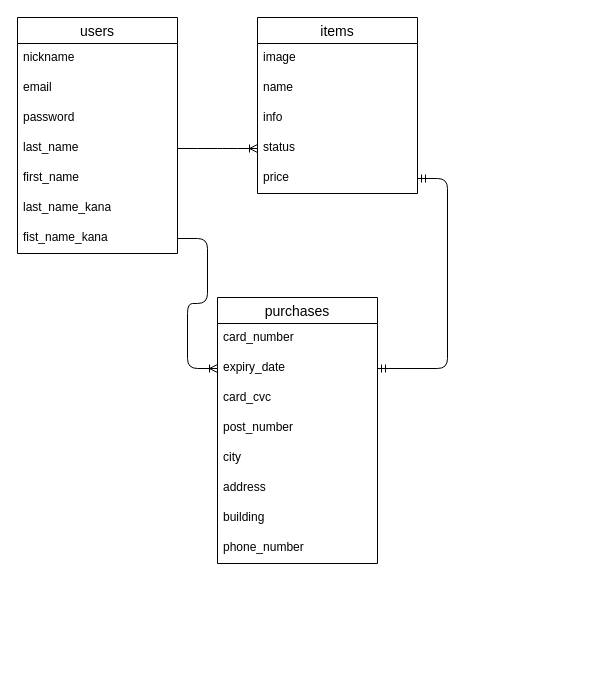
The draw.io diagram er.dio in chimg622/furima-47556, before the edit. Source tidied: cells renumbered, new cells numbered last; positions are measured from the earlier drawing's top-left corner, leaving out a move shared by most shapes. Both pictures are drawn from the tidied source at 100%, with x=0, y=0 at pixel (-69, 17).
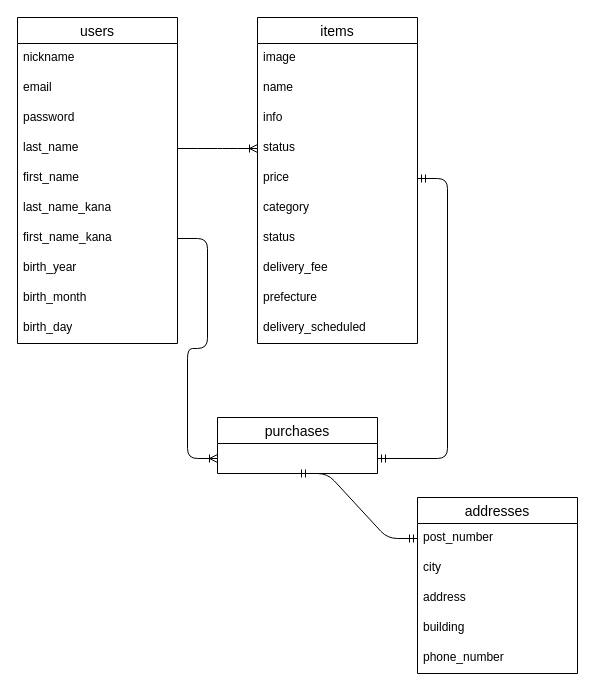
The same page after the edit.

Commit message (it also covers changes not shown here):
ER図、READMEの修正

Unchanged cells that the change refers to:
```xml
<mxCell id="6" value="last_name" style="text;strokeColor=none;fillColor=none;spacingLeft=4;spacingRight=4;overflow=hidden;points=[[0,0.5],[1,0.5]];portConstraint=eastwest;fontSize=12;whiteSpace=wrap;html=1;" parent="2" vertex="1">
  <mxGeometry y="116" width="160" height="30" as="geometry" />
</mxCell>
<mxCell id="14" value="status" style="text;strokeColor=none;fillColor=none;spacingLeft=4;spacingRight=4;overflow=hidden;points=[[0,0.5],[1,0.5]];portConstraint=eastwest;fontSize=12;whiteSpace=wrap;html=1;" parent="10" vertex="1">
  <mxGeometry y="116" width="160" height="30" as="geometry" />
</mxCell>
<mxCell id="15" value="price" style="text;strokeColor=none;fillColor=none;spacingLeft=4;spacingRight=4;overflow=hidden;points=[[0,0.5],[1,0.5]];portConstraint=eastwest;fontSize=12;whiteSpace=wrap;html=1;" parent="10" vertex="1">
  <mxGeometry y="146" width="160" height="30" as="geometry" />
</mxCell>
```

Diff of the diagram source:
```diff
@@
     <mxCell id="2" value="users" style="swimlane;fontStyle=0;horizontal=1;startSize=26;align=center;fontSize=14;" parent="1" vertex="1">
-      <mxGeometry x="86" width="160" height="236" as="geometry" />
+      <mxGeometry x="86" width="160" height="326" as="geometry" />
     </mxCell>
@@
-    <mxCell id="9" value="fist_name_kana" style="text;strokeColor=none;fillColor=none;spacingLeft=4;spacingRight=4;overflow=hidden;points=[[0,0.5],[1,0.5]];portConstraint=eastwest;fontSize=12;whiteSpace=wrap;html=1;" parent="2" vertex="1">
+    <mxCell id="9" value="first_name_kana" style="text;strokeColor=none;fillColor=none;spacingLeft=4;spacingRight=4;overflow=hidden;points=[[0,0.5],[1,0.5]];portConstraint=eastwest;fontSize=12;whiteSpace=wrap;html=1;" parent="2" vertex="1">
       <mxGeometry y="206" width="160" height="30" as="geometry" />
     </mxCell>
+    <mxCell id="28" value="birth_year" style="text;strokeColor=none;fillColor=none;spacingLeft=4;spacingRight=4;overflow=hidden;fontSize=12;whiteSpace=wrap;html=1;" parent="2" vertex="1">
+      <mxGeometry y="236" width="160" height="30" as="geometry" />
+    </mxCell>
+    <mxCell id="29" value="birth_month" style="text;strokeColor=none;fillColor=none;spacingLeft=4;spacingRight=4;overflow=hidden;fontSize=12;whiteSpace=wrap;html=1;" parent="2" vertex="1">
+      <mxGeometry y="266" width="160" height="30" as="geometry" />
+    </mxCell>
+    <mxCell id="30" value="birth_day" style="text;strokeColor=none;fillColor=none;spacingLeft=4;spacingRight=4;overflow=hidden;fontSize=12;whiteSpace=wrap;html=1;" parent="2" vertex="1">
+      <mxGeometry y="296" width="160" height="30" as="geometry" />
+    </mxCell>
     <mxCell id="10" value="items" style="swimlane;fontStyle=0;horizontal=1;startSize=26;align=center;fontSize=14;" parent="1" vertex="1">
-      <mxGeometry x="326" width="160" height="176" as="geometry" />
+      <mxGeometry x="326" width="160" height="326" as="geometry" />
     </mxCell>
@@
+    <mxCell id="31" value="category" style="text;strokeColor=none;fillColor=none;spacingLeft=4;spacingRight=4;overflow=hidden;fontSize=12;whiteSpace=wrap;html=1;" parent="10" vertex="1">
+      <mxGeometry y="176" width="160" height="30" as="geometry" />
+    </mxCell>
+    <mxCell id="32" value="status" style="text;strokeColor=none;fillColor=none;spacingLeft=4;spacingRight=4;overflow=hidden;fontSize=12;whiteSpace=wrap;html=1;" parent="10" vertex="1">
+      <mxGeometry y="206" width="160" height="30" as="geometry" />
+    </mxCell>
+    <mxCell id="33" value="delivery_fee" style="text;strokeColor=none;fillColor=none;spacingLeft=4;spacingRight=4;overflow=hidden;fontSize=12;whiteSpace=wrap;html=1;" parent="10" vertex="1">
+      <mxGeometry y="236" width="160" height="30" as="geometry" />
+    </mxCell>
+    <mxCell id="34" value="prefecture" style="text;strokeColor=none;fillColor=none;spacingLeft=4;spacingRight=4;overflow=hidden;fontSize=12;whiteSpace=wrap;html=1;" parent="10" vertex="1">
+      <mxGeometry y="266" width="160" height="30" as="geometry" />
+    </mxCell>
+    <mxCell id="35" value="delivery_scheduled" style="text;strokeColor=none;fillColor=none;spacingLeft=4;spacingRight=4;overflow=hidden;fontSize=12;whiteSpace=wrap;html=1;" parent="10" vertex="1">
+      <mxGeometry y="296" width="160" height="30" as="geometry" />
+    </mxCell>
     <mxCell id="16" value="purchases" style="swimlane;fontStyle=0;horizontal=1;startSize=26;align=center;fontSize=14;" parent="1" vertex="1">
-      <mxGeometry x="286" y="280" width="160" height="266" as="geometry" />
+      <mxGeometry x="286" y="400" width="160" height="56" as="geometry" />
     </mxCell>
-    <mxCell id="17" value="card_number" style="text;strokeColor=none;fillColor=none;spacingLeft=4;spacingRight=4;overflow=hidden;fontSize=12;whiteSpace=wrap;html=1;" parent="16" vertex="1">
-      <mxGeometry y="26" width="160" height="30" as="geometry" />
-    </mxCell>
-    <mxCell id="18" value="expiry_date" style="text;strokeColor=none;fillColor=none;spacingLeft=4;spacingRight=4;overflow=hidden;points=[[0,0.5],[1,0.5]];portConstraint=eastwest;fontSize=12;whiteSpace=wrap;html=1;" parent="16" vertex="1">
-      <mxGeometry y="56" width="160" height="30" as="geometry" />
-    </mxCell>
-    <mxCell id="19" value="card_cvc" style="text;strokeColor=none;fillColor=none;spacingLeft=4;spacingRight=4;overflow=hidden;fontSize=12;whiteSpace=wrap;html=1;" parent="16" vertex="1">
-      <mxGeometry y="86" width="160" height="30" as="geometry" />
-    </mxCell>
+    <mxCell id="25" style="edgeStyle=entityRelationEdgeStyle;fontSize=12;html=1;endArrow=ERoneToMany;" parent="1" edge="1" source="9">
+      <mxGeometry relative="1" as="geometry">
+        <mxPoint x="286" y="441" as="targetPoint" />
+        <Array as="points">
+          <mxPoint x="276" y="299" />
+          <mxPoint x="266" y="119" />
+        </Array>
+      </mxGeometry>
+    </mxCell>
+    <mxCell id="26" style="edgeStyle=entityRelationEdgeStyle;fontSize=12;html=1;endArrow=ERoneToMany;" parent="1" edge="1" source="6" target="14">
+      <mxGeometry relative="1" as="geometry">
+        <Array as="points">
+          <mxPoint y="349" />
+        </Array>
+      </mxGeometry>
+    </mxCell>
+    <mxCell id="27" style="edgeStyle=entityRelationEdgeStyle;fontSize=12;html=1;endArrow=ERmandOne;startArrow=ERmandOne;" parent="1" edge="1" target="15">
+      <mxGeometry relative="1" as="geometry">
+        <mxPoint x="446" y="441" as="sourcePoint" />
+        <Array as="points">
+          <mxPoint x="630" y="265" />
+        </Array>
+      </mxGeometry>
+    </mxCell>
+    <mxCell id="36" value="addresses" style="swimlane;fontStyle=0;horizontal=1;startSize=26;align=center;fontSize=14;" parent="1" vertex="1">
+      <mxGeometry x="486" y="480" width="160" height="176" as="geometry" />
+    </mxCell>
-    <mxCell id="20" value="post_number" style="text;strokeColor=none;fillColor=none;spacingLeft=4;spacingRight=4;overflow=hidden;points=[[0,0.5],[1,0.5]];portConstraint=eastwest;fontSize=12;whiteSpace=wrap;html=1;" parent="16" vertex="1">
-      <mxGeometry y="116" width="160" height="30" as="geometry" />
+    <mxCell id="20" value="post_number" style="text;strokeColor=none;fillColor=none;spacingLeft=4;spacingRight=4;overflow=hidden;points=[[0,0.5],[1,0.5]];portConstraint=eastwest;fontSize=12;whiteSpace=wrap;html=1;" parent="36" vertex="1">
+      <mxGeometry y="26" width="160" height="30" as="geometry" />
     </mxCell>
-    <mxCell id="21" value="city" style="text;strokeColor=none;fillColor=none;spacingLeft=4;spacingRight=4;overflow=hidden;fontSize=12;whiteSpace=wrap;html=1;" parent="16" vertex="1">
-      <mxGeometry y="146" width="160" height="30" as="geometry" />
+    <mxCell id="21" value="city" style="text;strokeColor=none;fillColor=none;spacingLeft=4;spacingRight=4;overflow=hidden;fontSize=12;whiteSpace=wrap;html=1;" parent="36" vertex="1">
+      <mxGeometry y="56" width="160" height="30" as="geometry" />
     </mxCell>
-    <mxCell id="22" value="address" style="text;strokeColor=none;fillColor=none;spacingLeft=4;spacingRight=4;overflow=hidden;fontSize=12;whiteSpace=wrap;html=1;" parent="16" vertex="1">
-      <mxGeometry y="176" width="160" height="30" as="geometry" />
+    <mxCell id="22" value="address" style="text;strokeColor=none;fillColor=none;spacingLeft=4;spacingRight=4;overflow=hidden;fontSize=12;whiteSpace=wrap;html=1;" parent="36" vertex="1">
+      <mxGeometry y="86" width="160" height="30" as="geometry" />
     </mxCell>
-    <mxCell id="23" value="building" style="text;strokeColor=none;fillColor=none;spacingLeft=4;spacingRight=4;overflow=hidden;fontSize=12;whiteSpace=wrap;html=1;" parent="16" vertex="1">
-      <mxGeometry y="206" width="160" height="30" as="geometry" />
+    <mxCell id="23" value="building" style="text;strokeColor=none;fillColor=none;spacingLeft=4;spacingRight=4;overflow=hidden;fontSize=12;whiteSpace=wrap;html=1;" parent="36" vertex="1">
+      <mxGeometry y="116" width="160" height="30" as="geometry" />
     </mxCell>
-    <mxCell id="24" value="phone_number" style="text;strokeColor=none;fillColor=none;spacingLeft=4;spacingRight=4;overflow=hidden;fontSize=12;whiteSpace=wrap;html=1;" parent="16" vertex="1">
-      <mxGeometry y="236" width="160" height="30" as="geometry" />
+    <mxCell id="24" value="phone_number" style="text;strokeColor=none;fillColor=none;spacingLeft=4;spacingRight=4;overflow=hidden;fontSize=12;whiteSpace=wrap;html=1;" parent="36" vertex="1">
+      <mxGeometry y="146" width="160" height="30" as="geometry" />
     </mxCell>
-    <mxCell id="25" style="edgeStyle=entityRelationEdgeStyle;fontSize=12;html=1;endArrow=ERoneToMany;" parent="1" edge="1" source="9" target="18">
-      <mxGeometry relative="1" as="geometry">
-        <Array as="points">
-          <mxPoint x="276" y="299" />
-          <mxPoint x="266" y="119" />
-        </Array>
-      </mxGeometry>
-    </mxCell>
-    <mxCell id="26" style="edgeStyle=entityRelationEdgeStyle;fontSize=12;html=1;endArrow=ERoneToMany;" parent="1" edge="1" source="6" target="14">
-      <mxGeometry relative="1" as="geometry">
-        <Array as="points">
-          <mxPoint y="349" />
-        </Array>
-      </mxGeometry>
-    </mxCell>
-    <mxCell id="27" style="edgeStyle=entityRelationEdgeStyle;fontSize=12;html=1;endArrow=ERmandOne;startArrow=ERmandOne;" parent="1" edge="1" source="18" target="15">
-      <mxGeometry relative="1" as="geometry">
-        <Array as="points">
-          <mxPoint x="630" y="265" />
-        </Array>
-      </mxGeometry>
-    </mxCell>
+    <mxCell id="37" style="edgeStyle=entityRelationEdgeStyle;fontSize=12;html=1;endArrow=ERmandOne;startArrow=ERmandOne;exitX=0.5;exitY=1;exitDx=0;exitDy=0;" parent="1" edge="1" source="16" target="20">
+      <mxGeometry relative="1" as="geometry" />
+    </mxCell>
```
